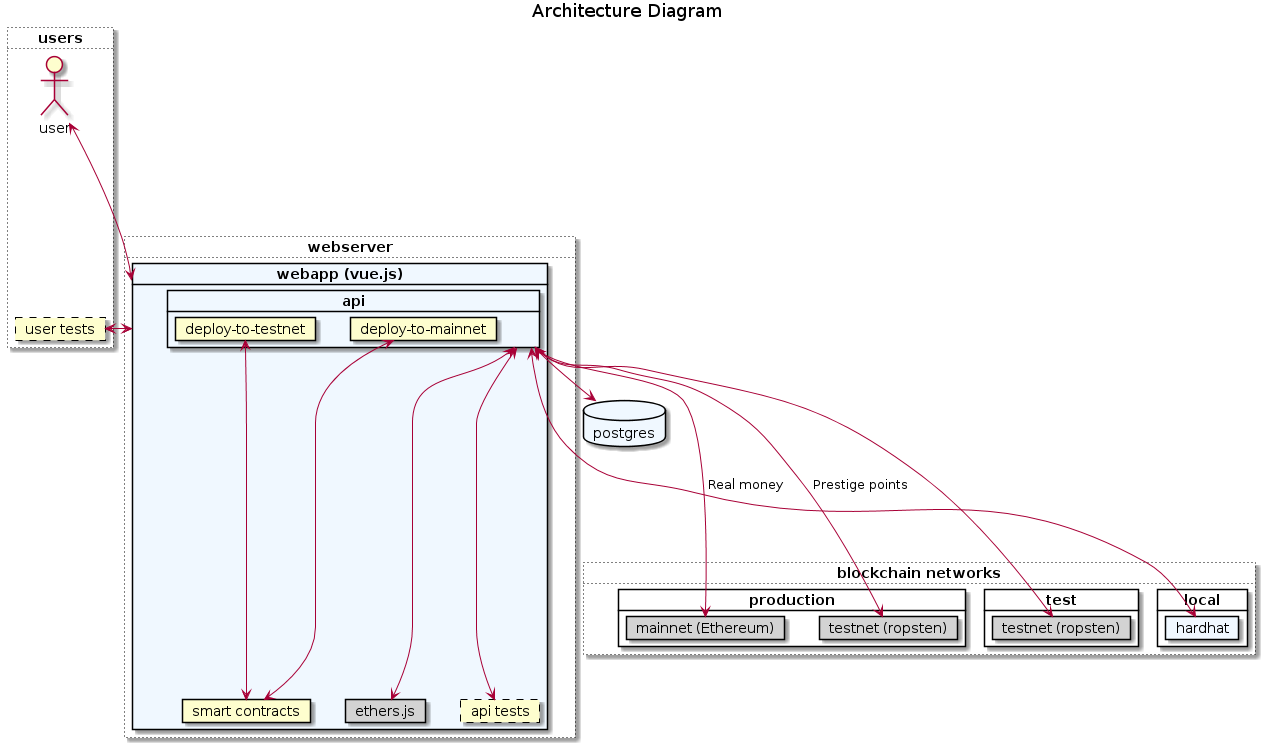
The PlantUML diagram docs/Diagrams/out/Architecture/architecture.png in adhurjaty/prediction-app, before a commit. Its diagram source:
```plantuml
@startuml architecture

title Architecture Diagram

card users #line.dotted {
    actor user
    card "user tests" as usertests #line.dashed
}

card webserver #line.dotted {
    card "webapp (vue.js)" as webapp #AliceBlue {
        card api {
            card "deploy-to-testnet" as deploy_testnet
            card "deploy-to-mainnet" as deploy_mainnet
        }
        card "smart contracts" as contracts
        card "ethers.js" as ethers #LightGray
        card "api tests" as apitests #line.dashed
    }
}

database "postgres" as database #AliceBlue {
}

card "blockchain networks" as bc #line.dotted {

    card "production" {
        card "mainnet (Ethereum)" as mainnet #LightGray
        card "testnet (ropsten)" as ropsten #LightGray
    }

    card "test" {
        card "testnet (ropsten)" as testnet #LightGray
    }

    card "local" {
        card hardhat #AliceBlue
    }

}

user <-right--> webapp
usertests <-right--> webapp

api <----> mainnet : "" Real money ""
api <----> ropsten : "" Prestige points ""
api <----> testnet
api <----> hardhat

api <-down-> database
api <-down-> ethers
api <-down-> apitests

deploy_testnet <-down-> contracts
deploy_mainnet <-down-> contracts

user -[hidden]down- usertests

users -[hidden]right- webserver
webserver -[hidden]right- bc

@enduml
```
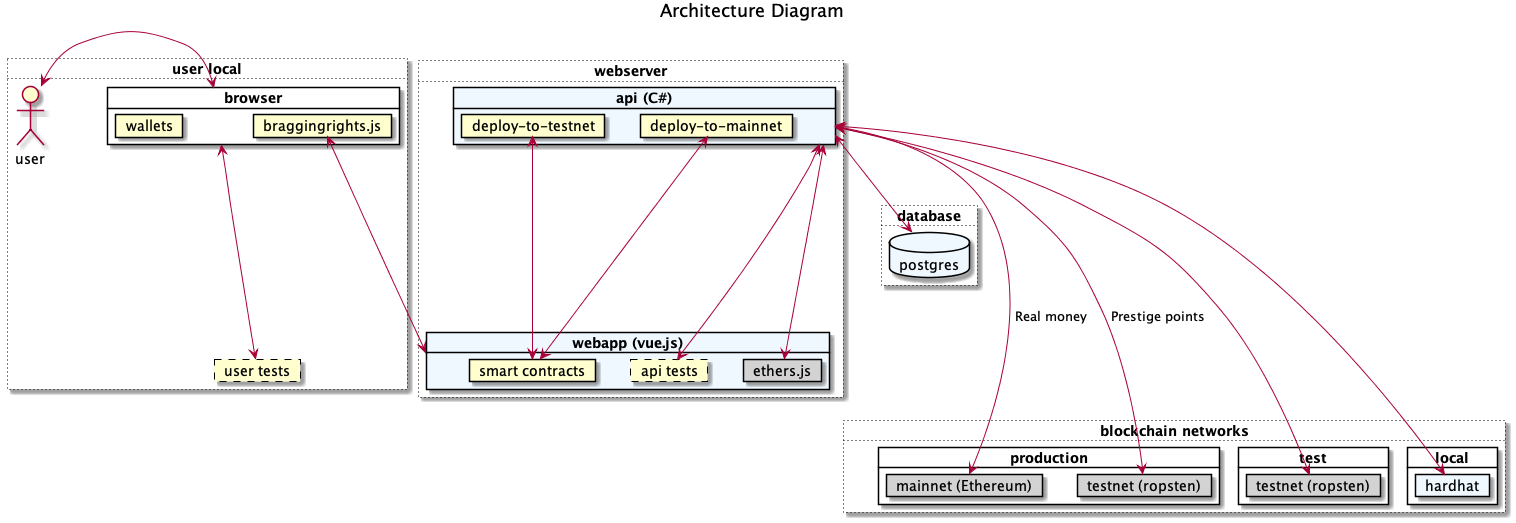
After the commit.

Change to the diagram source:
```diff
@@ -2,24 +2,31 @@
 
 title Architecture Diagram
 
-card users #line.dotted {
-    actor user
+card "user local" as users #line.dotted {
+    actor "user" as _user
     card "user tests" as usertests #line.dashed
+    card browser {
+        card "braggingrights.js" as user
+        card wallets
+    }
 }
 
 card webserver #line.dotted {
     card "webapp (vue.js)" as webapp #AliceBlue {
-        card api {
-            card "deploy-to-testnet" as deploy_testnet
-            card "deploy-to-mainnet" as deploy_mainnet
-        }
         card "smart contracts" as contracts
         card "ethers.js" as ethers #LightGray
         card "api tests" as apitests #line.dashed
     }
+
+    card "api (C#)" as api #AliceBlue {
+        card "deploy-to-testnet" as deploy_testnet
+        card "deploy-to-mainnet" as deploy_mainnet
+    }
 }
 
-database "postgres" as database #AliceBlue {
+card "database" as _database #line.dotted {
+    database "postgres" as database #AliceBlue {
+    }
 }
 
 card "blockchain networks" as bc #line.dotted {
@@ -39,8 +46,9 @@
 
 }
 
+_user <-right--> browser
 user <-right--> webapp
-usertests <-right--> webapp
+usertests <-right--> browser
 
 api <----> mainnet : "" Real money ""
 api <----> ropsten : "" Prestige points ""
```
